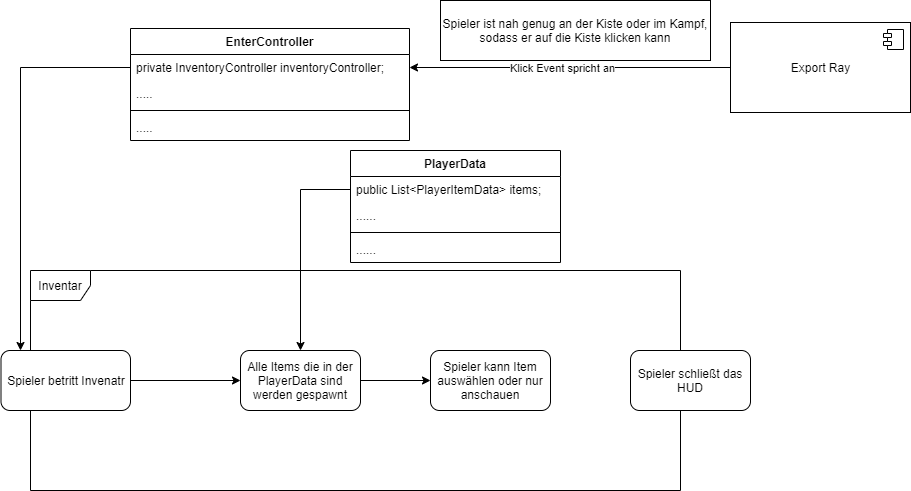
Above: Diagramms/Inventarsystem.png in athaeck/AUREA (draw.io), before the change. Source tidied: cells renumbered, new cells last; positions are measured from the earlier drawing's top-left corner, leaving out a move shared by most shapes.
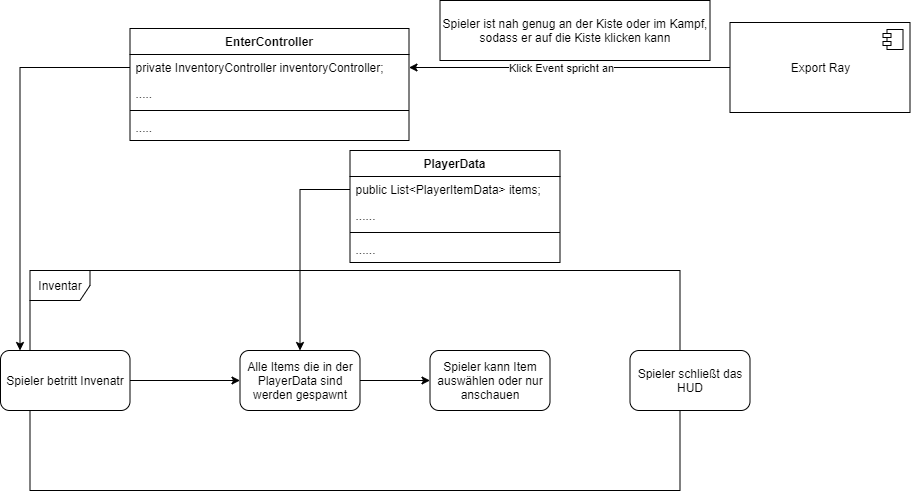
The same file after the commit.

Change to the diagram source:
```diff
@@ -28,11 +28,11 @@
     <mxCell id="9" value="Export Ray" style="html=1;" parent="1" vertex="1">
       <mxGeometry x="730" y="22" width="180" height="90" as="geometry" />
     </mxCell>
-    <mxCell id="10" style="shape=module;jettyWidth=8;jettyHeight=4;" parent="9" vertex="1">
-      <mxGeometry x="1" width="20" height="20" relative="1" as="geometry">
-        <mxPoint x="-27" y="7" as="offset" />
-      </mxGeometry>
-    </mxCell>
+    <mxCell id="26" style="shape=module;jettyWidth=8;jettyHeight=4;" parent="9" vertex="1">
+      <mxGeometry x="1" width="20" height="20" relative="1" as="geometry">
+        <mxPoint x="-27" y="7" as="offset" />
+      </mxGeometry>
+    </mxCell>
     <mxCell id="11" value="Inventar" style="shape=umlFrame;whiteSpace=wrap;html=1;" parent="1" vertex="1">
       <mxGeometry x="30" y="270" width="650" height="220" as="geometry" />
     </mxCell>
```
